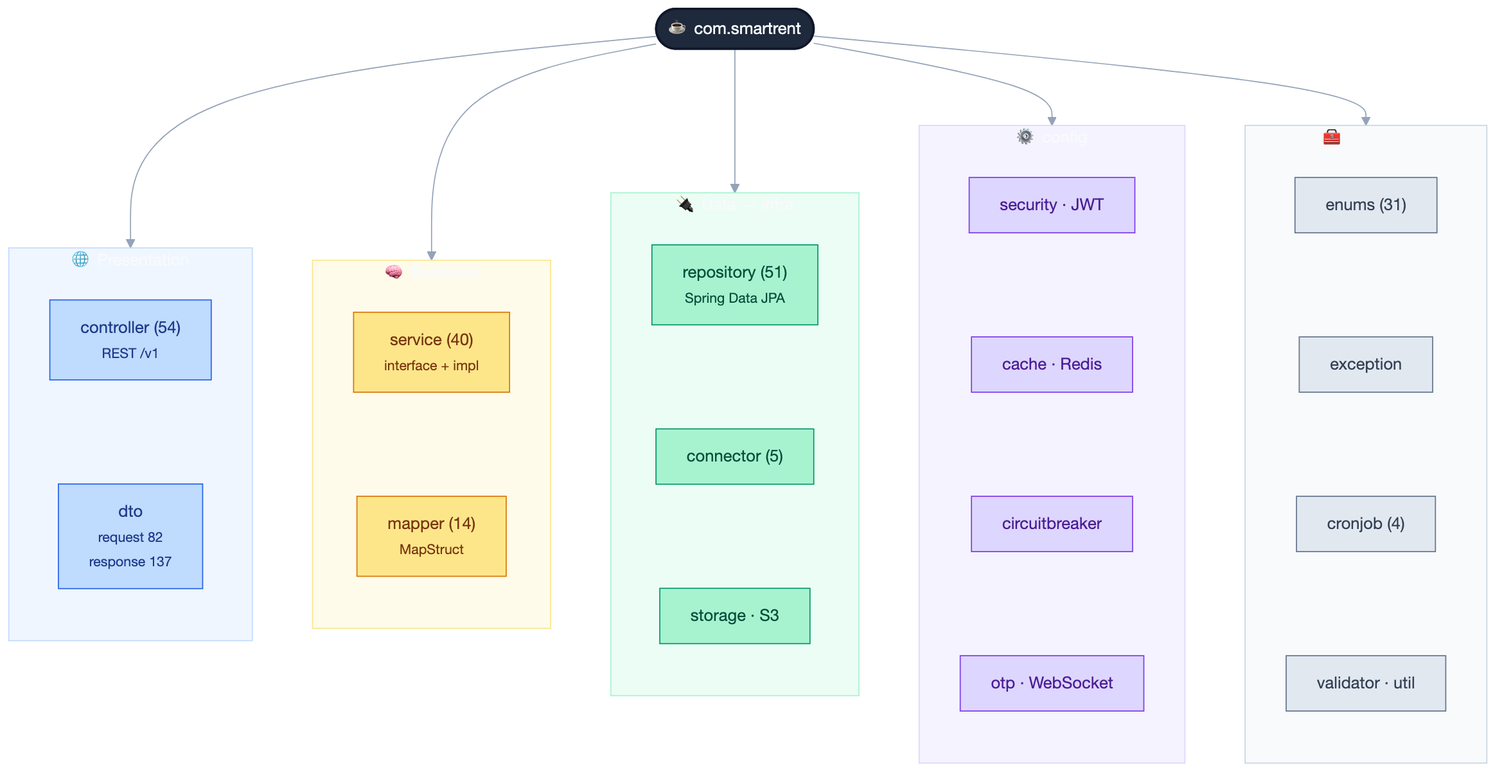
This is diagrams/be/png/02-package-structure.png from huynhtranty/smartrent-report, a Mermaid export, as it was before one commit. Its source is kept beside it as diagrams/be/src/02-package-structure.mmd.
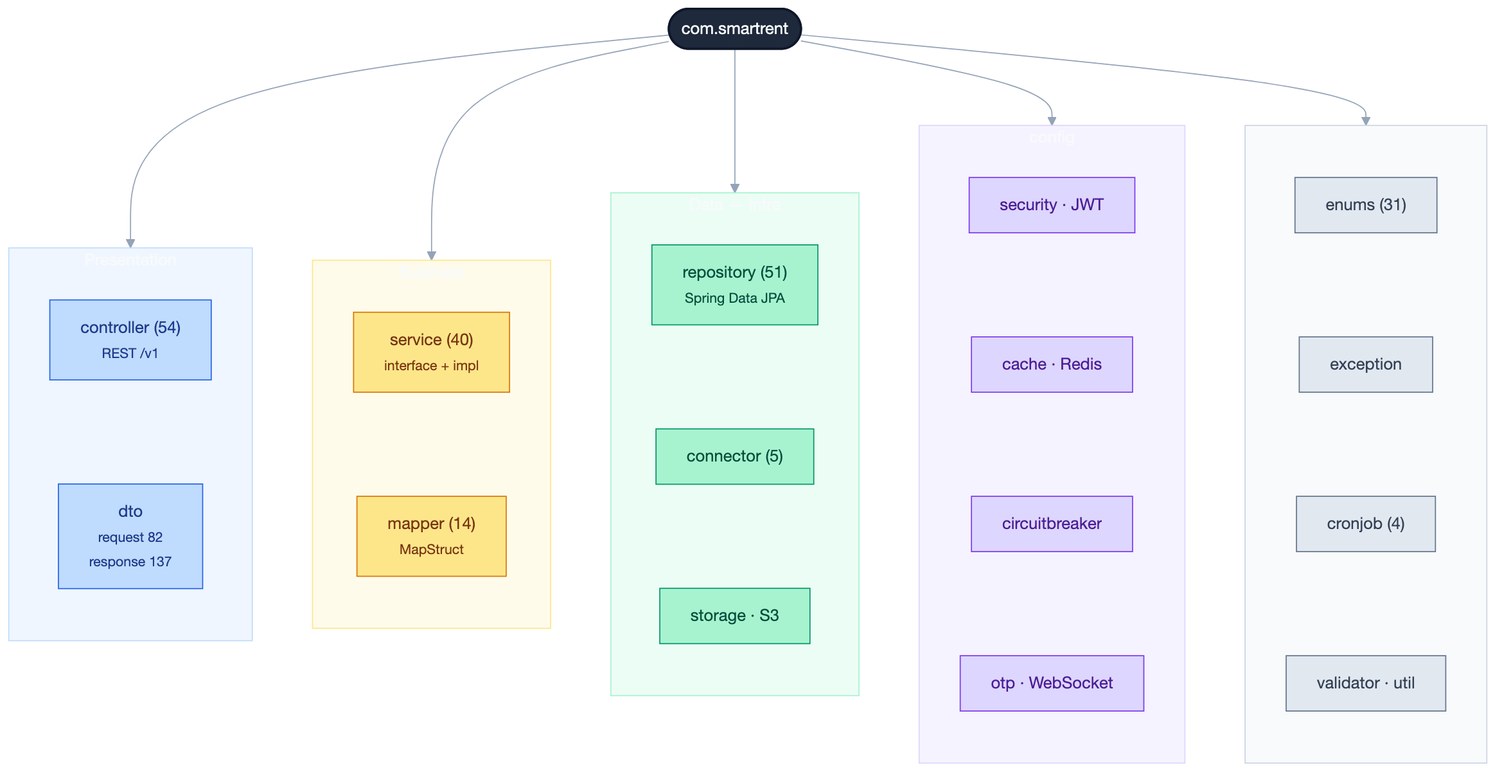
After the commit.

The edit, as a diff of the source:
```diff
@@ -1,42 +1,42 @@
 flowchart TB
-    root(["☕ com.smartrent"])
-    root --> L1 & L2 & L3 & L4 & L5
+ root(["com.smartrent"])
+ root --> L1 & L2 & L3 & L4 & L5
 
-    subgraph L1["🌐 Presentation"]
-        direction TB
-        controller["controller (54)<br/><small>REST /v1</small>"] ~~~ dto["dto<br/><small>request 82<br/>response 137</small>"]
-    end
-    subgraph L2["🧠 Business"]
-        direction TB
-        service["service (40)<br/><small>interface + impl</small>"] ~~~ mapper["mapper (14)<br/><small>MapStruct</small>"]
-    end
-    subgraph L3["🔌 Data — infra"]
-        direction TB
-        repo["repository (51)<br/><small>Spring Data JPA</small>"] ~~~ conn["connector (5)"] ~~~ stor["storage · S3"]
-    end
-    subgraph L4["⚙️ config"]
-        direction TB
-        sec["security · JWT"] ~~~ cache["cache · Redis"] ~~~ cb["circuitbreaker"] ~~~ misc["otp · WebSocket"]
-    end
-    subgraph L5["🧰 Support"]
-        direction TB
-        enums["enums (31)"] ~~~ exc["exception"] ~~~ cron["cronjob (4)"] ~~~ val["validator · util"]
-    end
+ subgraph L1["Presentation"]
+ direction TB
+ controller["controller (54)<br/><small>REST /v1</small>"] ~~~ dto["dto<br/><small>request 82<br/>response 137</small>"]
+ end
+ subgraph L2["Business"]
+ direction TB
+ service["service (40)<br/><small>interface + impl</small>"] ~~~ mapper["mapper (14)<br/><small>MapStruct</small>"]
+ end
+ subgraph L3["Data — infra"]
+ direction TB
+ repo["repository (51)<br/><small>Spring Data JPA</small>"] ~~~ conn["connector (5)"] ~~~ stor["storage · S3"]
+ end
+ subgraph L4["config"]
+ direction TB
+ sec["security · JWT"] ~~~ cache["cache · Redis"] ~~~ cb["circuitbreaker"] ~~~ misc["otp · WebSocket"]
+ end
+ subgraph L5["Support"]
+ direction TB
+ enums["enums (31)"] ~~~ exc["exception"] ~~~ cron["cronjob (4)"] ~~~ val["validator · util"]
+ end
 
-    classDef root fill:#1e293b,stroke:#0f172a,color:#f8fafc,stroke-width:2px
-    classDef pres fill:#bfdbfe,stroke:#2563eb,color:#1e3a8a
-    classDef biz fill:#fde68a,stroke:#d97706,color:#78350f
-    classDef data fill:#a7f3d0,stroke:#059669,color:#064e3b
-    classDef cfg fill:#ddd6fe,stroke:#7c3aed,color:#4c1d95
-    classDef sup fill:#e2e8f0,stroke:#64748b,color:#334155
-    class root root
-    class controller,dto pres
-    class service,mapper biz
-    class repo,conn,stor data
-    class sec,cache,cb,misc cfg
-    class enums,exc,cron,val sup
-    style L1 fill:#eff6ff,stroke:#bfdbfe
-    style L2 fill:#fffbeb,stroke:#fde68a
-    style L3 fill:#ecfdf5,stroke:#a7f3d0
-    style L4 fill:#f5f3ff,stroke:#ddd6fe
-    style L5 fill:#f8fafc,stroke:#cbd5e1
+ classDef root fill:#1e293b,stroke:#0f172a,color:#f8fafc,stroke-width:2px
+ classDef pres fill:#bfdbfe,stroke:#2563eb,color:#1e3a8a
+ classDef biz fill:#fde68a,stroke:#d97706,color:#78350f
+ classDef data fill:#a7f3d0,stroke:#059669,color:#064e3b
+ classDef cfg fill:#ddd6fe,stroke:#7c3aed,color:#4c1d95
+ classDef sup fill:#e2e8f0,stroke:#64748b,color:#334155
+ class root root
+ class controller,dto pres
+ class service,mapper biz
+ class repo,conn,stor data
+ class sec,cache,cb,misc cfg
+ class enums,exc,cron,val sup
+ style L1 fill:#eff6ff,stroke:#bfdbfe
+ style L2 fill:#fffbeb,stroke:#fde68a
+ style L3 fill:#ecfdf5,stroke:#a7f3d0
+ style L4 fill:#f5f3ff,stroke:#ddd6fe
+ style L5 fill:#f8fafc,stroke:#cbd5e1
```
